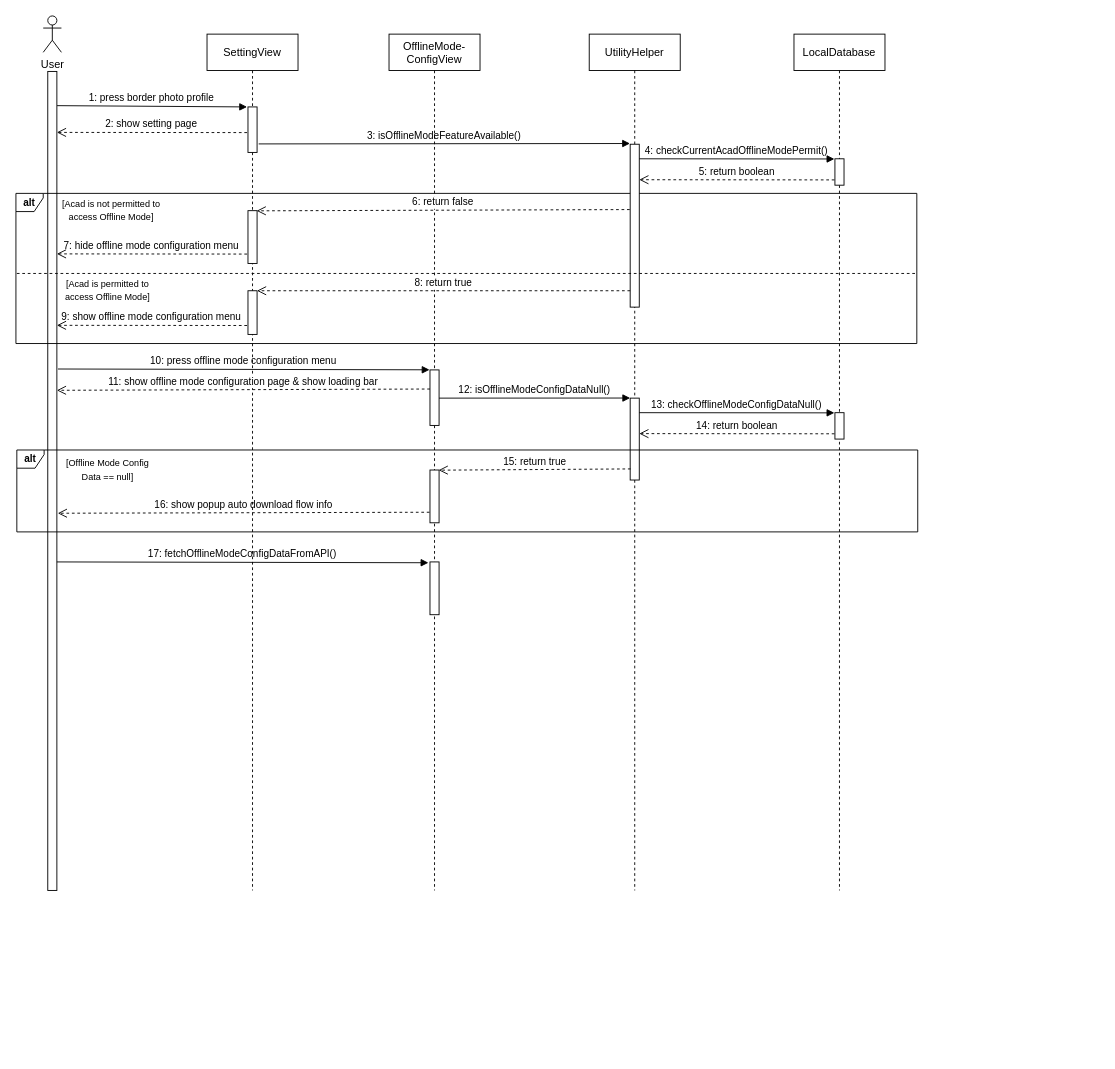
angeliawidjaja/offline-mode-paper keeps this draw.io diagram as diagrams/06. view_offline_mode_config/Sequence Diagram.drawio. Above is the earlier version. Source tidied: cells renumbered, new cells numbered last; positions are measured from the earlier drawing's top-left corner, leaving out a move shared by most shapes. Both pictures are drawn from the tidied source at 91%, with x=0, y=0 at pixel (15, 15).
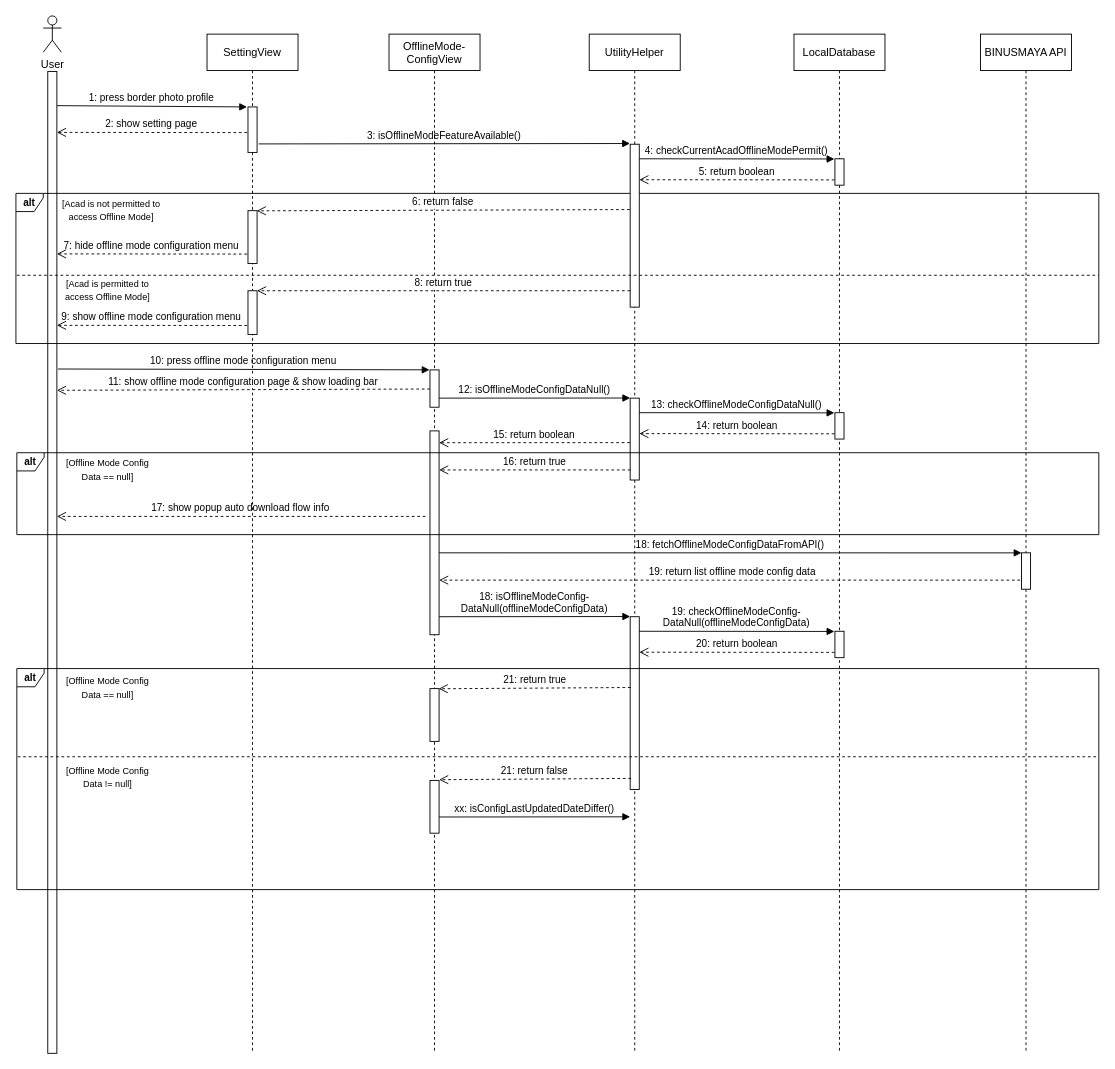
The same diagram, later.

The change refers to these unchanged cells:
```xml
<mxCell id="32" style="points=[];perimeter=orthogonalPerimeter;rounded=0;shadow=0;strokeWidth=1;" parent="1" vertex="1">
  <mxGeometry x="675" y="420" width="10" height="90" as="geometry" />
</mxCell>
```

What changed in the source:
```diff
@@
     <mxCell id="2" style="perimeter=orthogonalPerimeter;rounded=0;shadow=0;strokeWidth=1;" parent="1" vertex="1">
-      <mxGeometry x="35" y="61" width="10" height="900" as="geometry" />
+      <mxGeometry x="35" y="61" width="10" height="1079" as="geometry" />
     </mxCell>
     <mxCell id="3" value="&lt;b&gt;alt&lt;/b&gt;" style="shape=umlFrame;whiteSpace=wrap;html=1;fontSize=11;width=30;height=20;fillColor=none;" parent="1" vertex="1">
-      <mxGeometry y="195" width="990" height="165" as="geometry" />
+      <mxGeometry y="195" width="1190" height="165" as="geometry" />
     </mxCell>
     <mxCell id="4" value="SettingView" style="shape=umlLifeline;perimeter=lifelinePerimeter;rounded=0;shadow=0;strokeWidth=1;" parent="1" vertex="1">
-      <mxGeometry x="210" y="20" width="100" height="941" as="geometry" />
+      <mxGeometry x="210" y="20" width="100" height="1120" as="geometry" />
     </mxCell>
@@
     <mxCell id="7" value="UtilityHelper" style="shape=umlLifeline;perimeter=lifelinePerimeter;rounded=0;shadow=0;strokeWidth=1;" parent="1" vertex="1">
-      <mxGeometry x="630" y="20" width="100" height="941" as="geometry" />
+      <mxGeometry x="630" y="20" width="100" height="1120" as="geometry" />
     </mxCell>
@@
     <mxCell id="14" style="line;strokeWidth=1;fillColor=none;align=left;verticalAlign=middle;spacingTop=-1;spacingLeft=3;spacingRight=3;labelPosition=right;strokeColor=inherit;fontSize=10;dashed=1;" parent="1" vertex="1">
-      <mxGeometry x="1" y="279" width="989" height="8" as="geometry" />
+      <mxGeometry x="1" y="281" width="1189" height="8" as="geometry" />
     </mxCell>
@@
     <mxCell id="18" value="LocalDatabase" style="shape=umlLifeline;perimeter=lifelinePerimeter;rounded=0;shadow=0;strokeWidth=1;" parent="1" vertex="1">
-      <mxGeometry x="855" y="20" width="100" height="941" as="geometry" />
+      <mxGeometry x="855" y="20" width="100" height="1120" as="geometry" />
     </mxCell>
@@
     <mxCell id="25" value="OfflineMode-&#10;ConfigView" style="shape=umlLifeline;perimeter=lifelinePerimeter;rounded=0;shadow=0;strokeWidth=1;" parent="1" vertex="1">
-      <mxGeometry x="410" y="20" width="100" height="941" as="geometry" />
+      <mxGeometry x="410" y="20" width="100" height="1120" as="geometry" />
     </mxCell>
     <mxCell id="26" style="points=[];perimeter=orthogonalPerimeter;rounded=0;shadow=0;strokeWidth=1;" parent="25" vertex="1">
-      <mxGeometry x="45" y="369" width="10" height="61" as="geometry" />
+      <mxGeometry x="45" y="369" width="10" height="41" as="geometry" />
     </mxCell>
-    <mxCell id="27" style="perimeter=orthogonalPerimeter;rounded=0;shadow=0;strokeWidth=1;" parent="25" vertex="1">
-      <mxGeometry x="45" y="580" width="10" height="58" as="geometry" />
-    </mxCell>
+    <mxCell id="38" style="points=[];perimeter=orthogonalPerimeter;rounded=0;shadow=0;strokeWidth=1;" parent="25" vertex="1">
+      <mxGeometry x="45" y="436" width="10" height="224" as="geometry" />
+    </mxCell>
@@
-    <mxCell id="36" value="&lt;b&gt;alt&lt;/b&gt;" style="shape=umlFrame;whiteSpace=wrap;html=1;fontSize=11;width=30;height=20;fillColor=none;" parent="1" vertex="1">
-      <mxGeometry x="1" y="477" width="990" height="90" as="geometry" />
-    </mxCell>
@@
-    <mxCell id="38" style="points=[];perimeter=orthogonalPerimeter;rounded=0;shadow=0;strokeWidth=1;" parent="1" vertex="1">
-      <mxGeometry x="455" y="499" width="10" height="58" as="geometry" />
-    </mxCell>
-    <mxCell id="39" value="16: show popup auto download flow info" style="verticalAlign=bottom;endArrow=open;dashed=1;endSize=8;shadow=0;strokeWidth=1;entryX=1.046;entryY=0.283;entryDx=0;entryDy=0;entryPerimeter=0;exitX=-0.051;exitY=0.8;exitDx=0;exitDy=0;exitPerimeter=0;labelBackgroundColor=none;" parent="1" edge="1" source="38">
+    <mxCell id="39" value="17: show popup auto download flow info" style="verticalAlign=bottom;endArrow=open;dashed=1;endSize=8;shadow=0;strokeWidth=1;labelBackgroundColor=none;" parent="1" edge="1">
       <mxGeometry relative="1" as="geometry">
-        <mxPoint x="46" y="546.5" as="targetPoint" />
+        <mxPoint x="450" y="550" as="sourcePoint" />
+        <mxPoint x="45" y="550" as="targetPoint" />
       </mxGeometry>
     </mxCell>
-    <mxCell id="40" value="15: return true" style="verticalAlign=bottom;endArrow=open;dashed=1;endSize=8;exitX=0;exitY=0.95;shadow=0;strokeWidth=1;entryX=0.955;entryY=0.003;entryDx=0;entryDy=0;entryPerimeter=0;" parent="1" edge="1" target="38">
+    <mxCell id="40" value="16: return true" style="verticalAlign=bottom;endArrow=open;dashed=1;endSize=8;exitX=0.034;exitY=0.877;shadow=0;strokeWidth=1;exitDx=0;exitDy=0;exitPerimeter=0;" parent="1" edge="1" source="32">
       <mxGeometry relative="1" as="geometry">
-        <mxPoint x="675.5" y="497.8" as="sourcePoint" />
+        <mxPoint x="465" y="498.9" as="targetPoint" />
       </mxGeometry>
     </mxCell>
-    <mxCell id="41" value="17: fetchOfflineModeConfigDataFromAPI()" style="verticalAlign=bottom;endArrow=block;shadow=0;strokeWidth=1;fontStyle=0;labelBorderColor=none;labelBackgroundColor=none;exitX=1.021;exitY=0.034;exitDx=0;exitDy=0;exitPerimeter=0;entryX=-0.047;entryY=-0.002;entryDx=0;entryDy=0;entryPerimeter=0;" parent="1" edge="1">
-      <mxGeometry relative="1" as="geometry">
-        <mxPoint x="45" y="600" as="sourcePoint" />
-        <mxPoint x="453.3" y="600.9" as="targetPoint" />
-      </mxGeometry>
-    </mxCell>
+    <mxCell id="42" value="18: isOfflineModeConfig-&#10;DataNull(offlineModeConfigData)" style="verticalAlign=bottom;endArrow=block;shadow=0;strokeWidth=1;fontStyle=0;labelBorderColor=none;labelBackgroundColor=none;exitX=1.021;exitY=0.034;exitDx=0;exitDy=0;exitPerimeter=0;entryX=0;entryY=-0.001;entryDx=0;entryDy=0;entryPerimeter=0;" parent="1" edge="1" target="43">
+      <mxGeometry relative="1" as="geometry">
+        <mxPoint x="465" y="660.2" as="sourcePoint" />
+      </mxGeometry>
+    </mxCell>
+    <mxCell id="43" style="points=[];perimeter=orthogonalPerimeter;rounded=0;shadow=0;strokeWidth=1;" parent="1" vertex="1">
+      <mxGeometry x="675" y="660.2" width="10" height="189.9" as="geometry" />
+    </mxCell>
+    <mxCell id="44" style="perimeter=orthogonalPerimeter;rounded=0;shadow=0;strokeWidth=1;" parent="1" vertex="1">
+      <mxGeometry x="900" y="676.2" width="10" height="29" as="geometry" />
+    </mxCell>
+    <mxCell id="45" value="19: checkOfflineModeConfig-&#10;DataNull(offlineModeConfigData)" style="verticalAlign=bottom;endArrow=block;shadow=0;strokeWidth=1;fontStyle=0;labelBorderColor=none;labelBackgroundColor=none;entryX=-0.024;entryY=0.003;entryDx=0;entryDy=0;entryPerimeter=0;" parent="1" edge="1">
+      <mxGeometry relative="1" as="geometry">
+        <mxPoint x="685" y="676.2" as="sourcePoint" />
+        <mxPoint x="899.4" y="676.4" as="targetPoint" />
+      </mxGeometry>
+    </mxCell>
+    <mxCell id="46" value="20: return boolean" style="verticalAlign=bottom;endArrow=open;dashed=1;endSize=8;exitX=0;exitY=0.95;shadow=0;strokeWidth=1;entryX=1.046;entryY=0.283;entryDx=0;entryDy=0;entryPerimeter=0;" parent="1" edge="1">
+      <mxGeometry relative="1" as="geometry">
+        <mxPoint x="899.5" y="699.4" as="sourcePoint" />
+        <mxPoint x="685" y="699.2" as="targetPoint" />
+      </mxGeometry>
+    </mxCell>
+    <mxCell id="47" value="&lt;b&gt;alt&lt;/b&gt;" style="shape=umlFrame;whiteSpace=wrap;html=1;fontSize=11;width=30;height=20;fillColor=none;" parent="1" vertex="1">
+      <mxGeometry x="1" y="717.2" width="1189" height="242.9" as="geometry" />
+    </mxCell>
+    <mxCell id="48" value="&lt;span style=&quot;font-size: 10px;&quot;&gt;[Offline Mode Config Data == null]&lt;/span&gt;" style="text;html=1;strokeColor=none;fillColor=none;align=center;verticalAlign=middle;whiteSpace=wrap;rounded=0;" parent="1" vertex="1">
+      <mxGeometry x="46" y="720.2" width="110" height="35.5" as="geometry" />
+    </mxCell>
+    <mxCell id="49" style="points=[];perimeter=orthogonalPerimeter;rounded=0;shadow=0;strokeWidth=1;" parent="1" vertex="1">
+      <mxGeometry x="455" y="739.2" width="10" height="58" as="geometry" />
+    </mxCell>
+    <mxCell id="50" value="21: return true" style="verticalAlign=bottom;endArrow=open;dashed=1;endSize=8;exitX=0;exitY=0.95;shadow=0;strokeWidth=1;entryX=0.955;entryY=0.003;entryDx=0;entryDy=0;entryPerimeter=0;" parent="1" edge="1" target="49">
+      <mxGeometry relative="1" as="geometry">
+        <mxPoint x="675.5" y="738" as="sourcePoint" />
+      </mxGeometry>
+    </mxCell>
+    <mxCell id="51" style="line;strokeWidth=1;fillColor=none;align=left;verticalAlign=middle;spacingTop=-1;spacingLeft=3;spacingRight=3;labelPosition=right;strokeColor=inherit;fontSize=10;dashed=1;" parent="1" vertex="1">
+      <mxGeometry x="2" y="810.1" width="1188" height="8" as="geometry" />
+    </mxCell>
+    <mxCell id="52" value="&lt;span style=&quot;font-size: 10px;&quot;&gt;[Offline Mode Config Data != null]&lt;/span&gt;" style="text;html=1;strokeColor=none;fillColor=none;align=center;verticalAlign=middle;whiteSpace=wrap;rounded=0;" parent="1" vertex="1">
+      <mxGeometry x="46" y="818.1" width="110" height="35.5" as="geometry" />
+    </mxCell>
+    <mxCell id="53" value="21: return false" style="verticalAlign=bottom;endArrow=open;dashed=1;endSize=8;exitX=0;exitY=0.95;shadow=0;strokeWidth=1;entryX=0.955;entryY=0.003;entryDx=0;entryDy=0;entryPerimeter=0;" parent="1" edge="1">
+      <mxGeometry relative="1" as="geometry">
+        <mxPoint x="676" y="837.9" as="sourcePoint" />
+        <mxPoint x="465" y="839.3" as="targetPoint" />
+      </mxGeometry>
+    </mxCell>
+    <mxCell id="54" style="perimeter=orthogonalPerimeter;rounded=0;shadow=0;strokeWidth=1;" parent="1" vertex="1">
+      <mxGeometry x="455" y="840.1" width="10" height="58" as="geometry" />
+    </mxCell>
+    <mxCell id="55" value="xx: isConfigLastUpdatedDateDiffer()" style="verticalAlign=bottom;endArrow=block;shadow=0;strokeWidth=1;fontStyle=0;labelBorderColor=none;labelBackgroundColor=none;exitX=1.021;exitY=0.034;exitDx=0;exitDy=0;exitPerimeter=0;entryX=0;entryY=-0.001;entryDx=0;entryDy=0;entryPerimeter=0;" parent="1" edge="1">
+      <mxGeometry relative="1" as="geometry">
+        <mxPoint x="465" y="880.3" as="sourcePoint" />
+        <mxPoint x="675" y="880.1" as="targetPoint" />
+      </mxGeometry>
+    </mxCell>
+    <mxCell id="56" value="18: fetchOfflineModeConfigDataFromAPI()" style="verticalAlign=bottom;endArrow=block;shadow=0;strokeWidth=1;fontStyle=0;labelBorderColor=none;labelBackgroundColor=none;exitX=1.021;exitY=0.034;exitDx=0;exitDy=0;exitPerimeter=0;entryX=0.002;entryY=0.001;entryDx=0;entryDy=0;entryPerimeter=0;" parent="1" edge="1" target="60">
+      <mxGeometry relative="1" as="geometry">
+        <mxPoint x="465" y="590" as="sourcePoint" />
+      </mxGeometry>
+    </mxCell>
+    <mxCell id="57" value="15: return boolean" style="verticalAlign=bottom;endArrow=open;dashed=1;endSize=8;shadow=0;strokeWidth=1;entryX=1.046;entryY=0.283;entryDx=0;entryDy=0;entryPerimeter=0;exitX=-0.03;exitY=0.499;exitDx=0;exitDy=0;exitPerimeter=0;" parent="1" edge="1">
+      <mxGeometry relative="1" as="geometry">
+        <mxPoint x="674.7" y="468.9" as="sourcePoint" />
+        <mxPoint x="465" y="469" as="targetPoint" />
+      </mxGeometry>
+    </mxCell>
+    <mxCell id="36" value="&lt;b&gt;alt&lt;/b&gt;" style="shape=umlFrame;whiteSpace=wrap;html=1;fontSize=11;width=30;height=20;fillColor=none;" parent="1" vertex="1">
+      <mxGeometry x="1" y="480" width="1189" height="90" as="geometry" />
+    </mxCell>
+    <mxCell id="58" value="19: return list offline mode config data" style="verticalAlign=bottom;endArrow=open;dashed=1;endSize=8;shadow=0;strokeWidth=1;entryX=1.046;entryY=0.283;entryDx=0;entryDy=0;entryPerimeter=0;" parent="1" edge="1" source="59">
+      <mxGeometry relative="1" as="geometry">
+        <mxPoint x="465" y="620" as="targetPoint" />
+      </mxGeometry>
+    </mxCell>
+    <mxCell id="59" value="BINUSMAYA API" style="shape=umlLifeline;perimeter=lifelinePerimeter;rounded=0;shadow=0;strokeWidth=1;" parent="1" vertex="1">
+      <mxGeometry x="1060" y="20" width="100" height="1120" as="geometry" />
+    </mxCell>
+    <mxCell id="60" style="points=[];perimeter=orthogonalPerimeter;rounded=0;shadow=0;strokeWidth=1;" parent="59" vertex="1">
+      <mxGeometry x="45" y="570" width="10" height="40" as="geometry" />
+    </mxCell>
```
